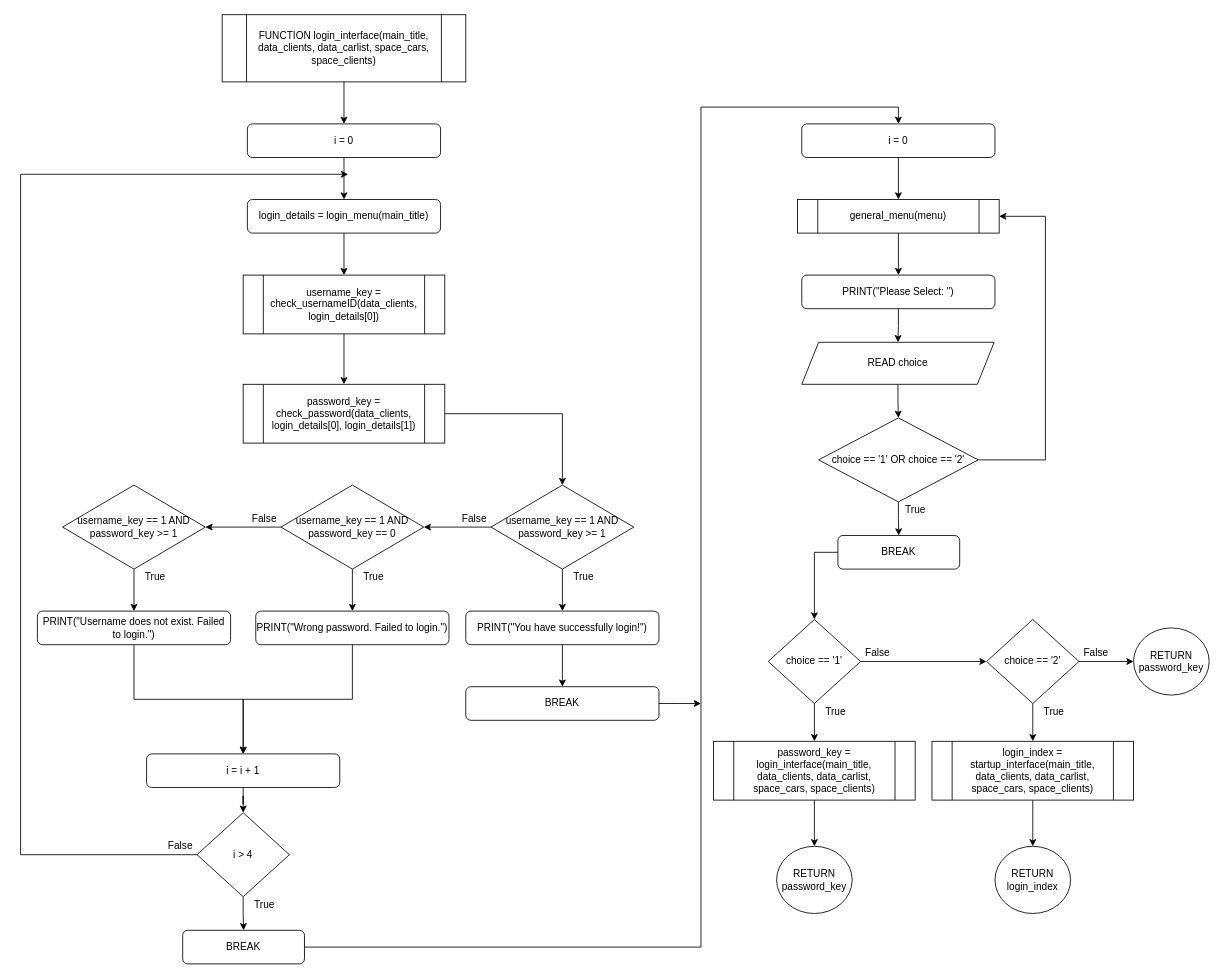
This is Flowchart/default/login_interface.drawio from RabbitBear00/Car-Rental-System, a draw.io file, before an edit. Source tidied: cells renumbered, new cells numbered last; positions are measured from the earlier drawing's top-left corner, leaving out a move shared by most shapes. Both pictures are drawn from the tidied source at 84%, with x=0, y=0 at pixel (20, 14).
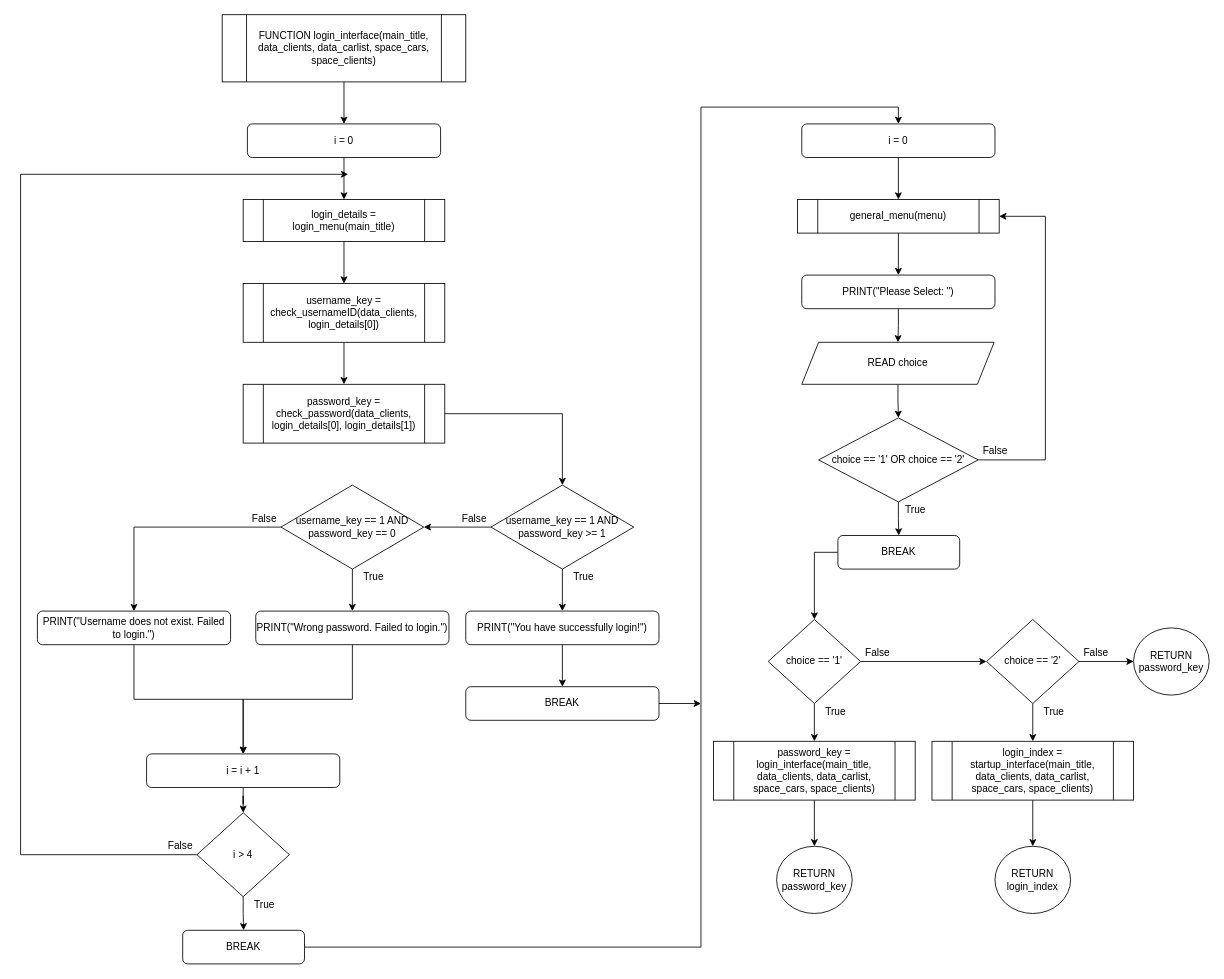
Above is the later version.

The change refers to these unchanged cells:
```xml
<mxCell id="21" value="username_key == 1 AND password_key == 0" style="rhombus;whiteSpace=wrap;html=1;" parent="1" vertex="1">
  <mxGeometry x="310" y="560" width="170" height="100" as="geometry" />
</mxCell>
<mxCell id="27" value="PRINT(&quot;Username does not exist. Failed to login.&quot;)" style="rounded=1;whiteSpace=wrap;html=1;" parent="1" vertex="1">
  <mxGeometry x="20" y="710" width="230" height="40" as="geometry" />
</mxCell>
```

Diff of the diagram source:
```diff
@@
-    <mxCell id="6" style="edgeStyle=orthogonalEdgeStyle;rounded=0;jettySize=auto;html=1;" parent="1" edge="1" source="7" target="9">
-      <mxGeometry relative="1" as="geometry" />
-    </mxCell>
-    <mxCell id="7" value="login_details = login_menu(main_title)" style="rounded=1;whiteSpace=wrap;html=1;" parent="1" vertex="1">
-      <mxGeometry x="270" y="220" width="230" height="40" as="geometry" />
-    </mxCell>
@@
     <mxCell id="9" value="username_key = check_usernameID(data_clients, login_details[0])" style="shape=process;whiteSpace=wrap;html=1;backgroundOutline=1;" parent="1" vertex="1">
-      <mxGeometry x="265" y="310" width="240" height="70" as="geometry" />
+      <mxGeometry x="265" y="320" width="240" height="70" as="geometry" />
     </mxCell>
@@
-    <mxCell id="20" style="edgeStyle=orthogonalEdgeStyle;rounded=0;jettySize=auto;html=1;" parent="1" edge="1" source="21" target="25">
-      <mxGeometry relative="1" as="geometry" />
-    </mxCell>
+    <mxCell id="73" style="edgeStyle=orthogonalEdgeStyle;rounded=0;jettySize=auto;html=1;entryX=0.5;entryY=0;entryDx=0;entryDy=0;" parent="1" edge="1" source="21" target="27">
+      <mxGeometry relative="1" as="geometry" />
+    </mxCell>
@@
-    <mxCell id="24" style="edgeStyle=orthogonalEdgeStyle;rounded=0;jettySize=auto;html=1;" parent="1" edge="1" source="25" target="27">
-      <mxGeometry relative="1" as="geometry" />
-    </mxCell>
-    <mxCell id="25" value="username_key == 1 AND password_key &gt;= 1" style="rhombus;whiteSpace=wrap;html=1;" parent="1" vertex="1">
-      <mxGeometry x="50" y="560" width="170" height="100" as="geometry" />
-    </mxCell>
@@
-    <mxCell id="35" value="True" style="text;html=1;align=center;verticalAlign=middle;strokeColor=none;" parent="1" vertex="1">
-      <mxGeometry x="140" y="660" width="40" height="20" as="geometry" />
-    </mxCell>
@@
+    <mxCell id="74" value="False" style="text;html=1;align=center;verticalAlign=middle;strokeColor=none;" parent="1" vertex="1">
+      <mxGeometry x="1140" y="510" width="40" height="20" as="geometry" />
+    </mxCell>
+    <mxCell id="6" style="edgeStyle=orthogonalEdgeStyle;rounded=0;jettySize=auto;html=1;" parent="1" edge="1" source="7" target="9">
+      <mxGeometry relative="1" as="geometry" />
+    </mxCell>
+    <mxCell id="7" value="login_details = login_menu(main_title)" style="shape=process;whiteSpace=wrap;html=1;backgroundOutline=1;" parent="1" vertex="1">
+      <mxGeometry x="265" y="220" width="240" height="50" as="geometry" />
+    </mxCell>
```
